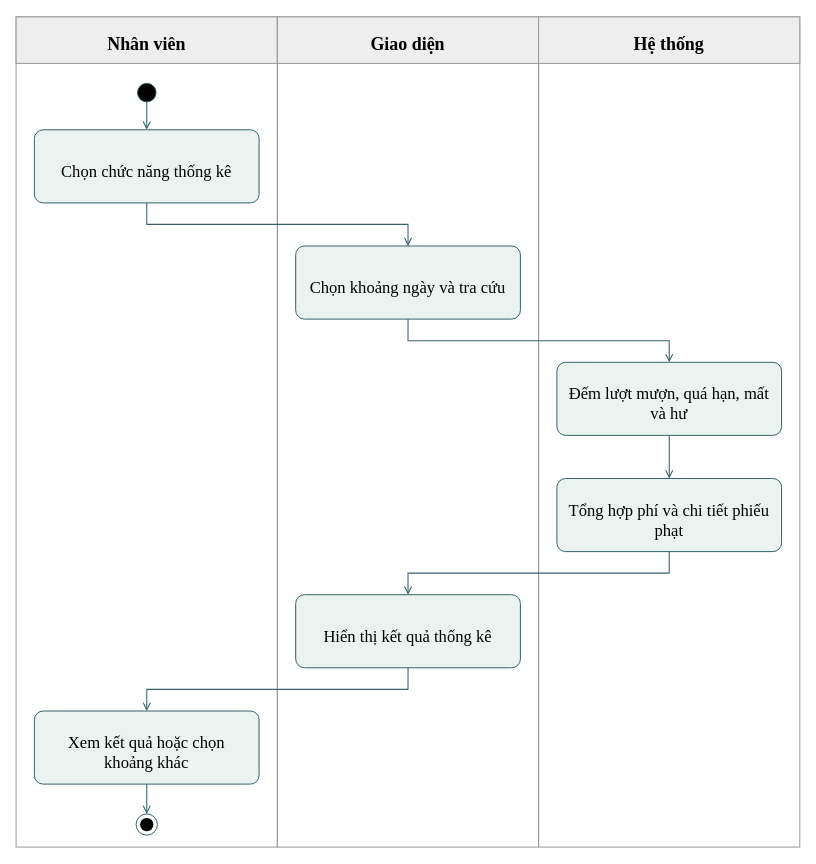
The draw.io diagram LAB2/UML/07_ActivityThongKe.drawio in kanishere55/LAB_AT_OOSD, before the edit. Source tidied: cells renumbered, new cells numbered last; positions are measured from the earlier drawing's top-left corner, leaving out a move shared by most shapes. Both pictures are drawn from the tidied source at 100%, with x=0, y=0 at pixel (16, 16).
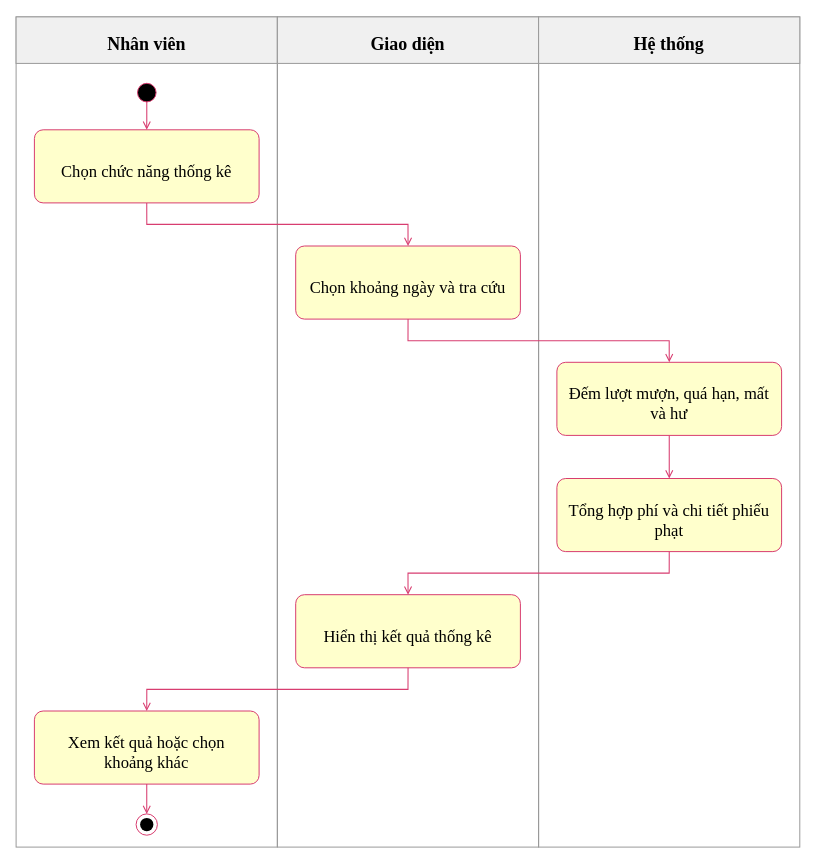
Above is the later version.

Unchanged cells that the change refers to:
```xml
<mxCell id="11" style="group;html=0;" parent="1" vertex="1">
  <mxGeometry x="121" y="66.8" width="18.6" height="18.6" as="geometry" />
</mxCell>
<mxCell id="13" style="group;html=0;" parent="1" vertex="1">
  <mxGeometry x="17.9" y="113.3" width="224.7" height="73.1" as="geometry" />
</mxCell>
<mxCell id="17" style="group;html=0;" parent="1" vertex="1">
  <mxGeometry x="279.2" y="229.5" width="224.7" height="73.1" as="geometry" />
</mxCell>
<mxCell id="21" style="group;html=0;" parent="1" vertex="1">
  <mxGeometry x="540.4" y="345.8" width="224.7" height="73.1" as="geometry" />
</mxCell>
<mxCell id="25" style="group;html=0;" parent="1" vertex="1">
  <mxGeometry x="540.4" y="462" width="224.7" height="73.1" as="geometry" />
</mxCell>
<mxCell id="29" style="group;html=0;" parent="1" vertex="1">
  <mxGeometry x="279.2" y="578.2" width="224.7" height="73.1" as="geometry" />
</mxCell>
<mxCell id="33" style="group;html=0;" parent="1" vertex="1">
  <mxGeometry x="17.9" y="694.5" width="224.7" height="73.1" as="geometry" />
</mxCell>
<mxCell id="37" style="group;html=0;" parent="1" vertex="1">
  <mxGeometry x="119.6" y="797.4" width="21.3" height="21.3" as="geometry" />
</mxCell>
```

Diff of the diagram source:
```diff
@@
-    <mxCell id="3" style="rounded=0;arcSize=12;html=0;fillColor=#eeeeee;strokeColor=#999999;strokeWidth=0.996;" parent="1" vertex="1">
+    <mxCell id="3" style="rounded=0;arcSize=12;html=0;fillColor=#f0f0f0;strokeColor=#999999;strokeWidth=0.996;" parent="1" vertex="1">
       <mxGeometry x="-0.4" y="0.4" width="261.2" height="46.5" as="geometry" />
     </mxCell>
@@
-    <mxCell id="6" style="rounded=0;arcSize=12;html=0;fillColor=#eeeeee;strokeColor=#999999;strokeWidth=0.996;" parent="1" vertex="1">
+    <mxCell id="6" style="rounded=0;arcSize=12;html=0;fillColor=#f0f0f0;strokeColor=#999999;strokeWidth=0.996;" parent="1" vertex="1">
       <mxGeometry x="260.9" y="0.4" width="261.2" height="46.5" as="geometry" />
     </mxCell>
@@
-    <mxCell id="9" style="rounded=0;arcSize=12;html=0;fillColor=#eeeeee;strokeColor=#999999;strokeWidth=0.996;" parent="1" vertex="1">
+    <mxCell id="9" style="rounded=0;arcSize=12;html=0;fillColor=#f0f0f0;strokeColor=#999999;strokeWidth=0.996;" parent="1" vertex="1">
       <mxGeometry x="522.1" y="0.4" width="261.2" height="46.5" as="geometry" />
     </mxCell>
@@
-    <mxCell id="12" style="shape=ellipse;fillColor=#000000;strokeColor=#35626d;" parent="11" vertex="1">
+    <mxCell id="12" style="shape=ellipse;fillColor=#000000;strokeColor=#d83d70;" parent="11" vertex="1">
       <mxGeometry width="18.6" height="18.6" as="geometry" />
     </mxCell>
@@
-    <mxCell id="14" style="rounded=1;arcSize=12;html=0;fillColor=#eaf3ef;strokeColor=#35626d;strokeWidth=0.996;" parent="13" vertex="1">
+    <mxCell id="14" style="rounded=1;arcSize=12;html=0;fillColor=#ffffcc;strokeColor=#d83d70;strokeWidth=0.996;" parent="13" vertex="1">
       <mxGeometry width="224.7" height="73.1" as="geometry" />
     </mxCell>
@@
-    <mxCell id="16" style="edgeStyle=none;noEdgeStyle=1;rounded=0;jumpStyle=arc;jumpSize=6;strokeColor=#35626d;strokeWidth=1.063;endArrow=open;endFill=0;startArrow=none;startFill=1;exitX=0.5;exitY=1.0;exitPerimeter=0;entryX=0.5;entryY=0.0;entryPerimeter=0;" parent="1" edge="1" source="11" target="13">
+    <mxCell id="16" style="edgeStyle=none;noEdgeStyle=1;rounded=0;jumpStyle=arc;jumpSize=6;strokeColor=#d83d70;strokeWidth=1.063;endArrow=open;endFill=0;startArrow=none;startFill=1;exitX=0.5;exitY=1.0;exitPerimeter=0;entryX=0.5;entryY=0.0;entryPerimeter=0;" parent="1" edge="1" source="11" target="13">
       <mxGeometry relative="1" as="geometry" />
     </mxCell>
@@
-    <mxCell id="18" style="rounded=1;arcSize=12;html=0;fillColor=#eaf3ef;strokeColor=#35626d;strokeWidth=0.996;" parent="17" vertex="1">
+    <mxCell id="18" style="rounded=1;arcSize=12;html=0;fillColor=#ffffcc;strokeColor=#d83d70;strokeWidth=0.996;" parent="17" vertex="1">
       <mxGeometry width="224.7" height="73.1" as="geometry" />
     </mxCell>
@@
-    <mxCell id="20" style="edgeStyle=none;noEdgeStyle=1;rounded=0;jumpStyle=arc;jumpSize=6;strokeColor=#35626d;strokeWidth=1.063;endArrow=open;endFill=0;startArrow=none;startFill=1;exitX=0.5;exitY=1.0;exitPerimeter=0;entryX=0.5;entryY=0.0;entryPerimeter=0;" parent="1" edge="1" source="13" target="17">
+    <mxCell id="20" style="edgeStyle=none;noEdgeStyle=1;rounded=0;jumpStyle=arc;jumpSize=6;strokeColor=#d83d70;strokeWidth=1.063;endArrow=open;endFill=0;startArrow=none;startFill=1;exitX=0.5;exitY=1.0;exitPerimeter=0;entryX=0.5;entryY=0.0;entryPerimeter=0;" parent="1" edge="1" source="13" target="17">
       <mxGeometry relative="1" as="geometry">
         <Array as="points">
           <mxPoint x="130.3" y="207.9" />
           <mxPoint x="391.5" y="207.9" />
         </Array>
       </mxGeometry>
     </mxCell>
@@
-    <mxCell id="22" style="rounded=1;arcSize=12;html=0;fillColor=#eaf3ef;strokeColor=#35626d;strokeWidth=0.996;" parent="21" vertex="1">
+    <mxCell id="22" style="rounded=1;arcSize=12;html=0;fillColor=#ffffcc;strokeColor=#d83d70;strokeWidth=0.996;" parent="21" vertex="1">
       <mxGeometry width="224.7" height="73.1" as="geometry" />
     </mxCell>
@@
-    <mxCell id="24" style="edgeStyle=none;noEdgeStyle=1;rounded=0;jumpStyle=arc;jumpSize=6;strokeColor=#35626d;strokeWidth=1.063;endArrow=open;endFill=0;startArrow=none;startFill=1;exitX=0.5;exitY=1.0;exitPerimeter=0;entryX=0.5;entryY=0.0;entryPerimeter=0;" parent="1" edge="1" source="17" target="21">
+    <mxCell id="24" style="edgeStyle=none;noEdgeStyle=1;rounded=0;jumpStyle=arc;jumpSize=6;strokeColor=#d83d70;strokeWidth=1.063;endArrow=open;endFill=0;startArrow=none;startFill=1;exitX=0.5;exitY=1.0;exitPerimeter=0;entryX=0.5;entryY=0.0;entryPerimeter=0;" parent="1" edge="1" source="17" target="21">
       <mxGeometry relative="1" as="geometry">
         <Array as="points">
           <mxPoint x="391.5" y="324.2" />
           <mxPoint x="652.7" y="324.2" />
         </Array>
       </mxGeometry>
     </mxCell>
@@
-    <mxCell id="26" style="rounded=1;arcSize=12;html=0;fillColor=#eaf3ef;strokeColor=#35626d;strokeWidth=0.996;" parent="25" vertex="1">
+    <mxCell id="26" style="rounded=1;arcSize=12;html=0;fillColor=#ffffcc;strokeColor=#d83d70;strokeWidth=0.996;" parent="25" vertex="1">
       <mxGeometry width="224.7" height="73.1" as="geometry" />
     </mxCell>
@@
-    <mxCell id="28" style="edgeStyle=none;noEdgeStyle=1;rounded=0;jumpStyle=arc;jumpSize=6;strokeColor=#35626d;strokeWidth=1.063;endArrow=open;endFill=0;startArrow=none;startFill=1;exitX=0.5;exitY=1.0;exitPerimeter=0;entryX=0.5;entryY=0.0;entryPerimeter=0;" parent="1" edge="1" source="21" target="25">
+    <mxCell id="28" style="edgeStyle=none;noEdgeStyle=1;rounded=0;jumpStyle=arc;jumpSize=6;strokeColor=#d83d70;strokeWidth=1.063;endArrow=open;endFill=0;startArrow=none;startFill=1;exitX=0.5;exitY=1.0;exitPerimeter=0;entryX=0.5;entryY=0.0;entryPerimeter=0;" parent="1" edge="1" source="21" target="25">
       <mxGeometry relative="1" as="geometry" />
     </mxCell>
@@
-    <mxCell id="30" style="rounded=1;arcSize=12;html=0;fillColor=#eaf3ef;strokeColor=#35626d;strokeWidth=0.996;" parent="29" vertex="1">
+    <mxCell id="30" style="rounded=1;arcSize=12;html=0;fillColor=#ffffcc;strokeColor=#d83d70;strokeWidth=0.996;" parent="29" vertex="1">
       <mxGeometry width="224.7" height="73.1" as="geometry" />
     </mxCell>
@@
-    <mxCell id="32" style="edgeStyle=none;noEdgeStyle=1;rounded=0;jumpStyle=arc;jumpSize=6;strokeColor=#35626d;strokeWidth=1.063;endArrow=open;endFill=0;startArrow=none;startFill=1;exitX=0.5;exitY=1.0;exitPerimeter=0;entryX=0.5;entryY=0.0;entryPerimeter=0;" parent="1" edge="1" source="25" target="29">
+    <mxCell id="32" style="edgeStyle=none;noEdgeStyle=1;rounded=0;jumpStyle=arc;jumpSize=6;strokeColor=#d83d70;strokeWidth=1.063;endArrow=open;endFill=0;startArrow=none;startFill=1;exitX=0.5;exitY=1.0;exitPerimeter=0;entryX=0.5;entryY=0.0;entryPerimeter=0;" parent="1" edge="1" source="25" target="29">
       <mxGeometry relative="1" as="geometry">
         <Array as="points">
           <mxPoint x="652.7" y="556.6" />
           <mxPoint x="391.5" y="556.6" />
         </Array>
       </mxGeometry>
     </mxCell>
@@
-    <mxCell id="34" style="rounded=1;arcSize=12;html=0;fillColor=#eaf3ef;strokeColor=#35626d;strokeWidth=0.996;" parent="33" vertex="1">
+    <mxCell id="34" style="rounded=1;arcSize=12;html=0;fillColor=#ffffcc;strokeColor=#d83d70;strokeWidth=0.996;" parent="33" vertex="1">
       <mxGeometry width="224.7" height="73.1" as="geometry" />
     </mxCell>
@@
-    <mxCell id="36" style="edgeStyle=none;noEdgeStyle=1;rounded=0;jumpStyle=arc;jumpSize=6;strokeColor=#35626d;strokeWidth=1.063;endArrow=open;endFill=0;startArrow=none;startFill=1;exitX=0.5;exitY=1.0;exitPerimeter=0;entryX=0.5;entryY=0.0;entryPerimeter=0;" parent="1" edge="1" source="29" target="33">
+    <mxCell id="36" style="edgeStyle=none;noEdgeStyle=1;rounded=0;jumpStyle=arc;jumpSize=6;strokeColor=#d83d70;strokeWidth=1.063;endArrow=open;endFill=0;startArrow=none;startFill=1;exitX=0.5;exitY=1.0;exitPerimeter=0;entryX=0.5;entryY=0.0;entryPerimeter=0;" parent="1" edge="1" source="29" target="33">
       <mxGeometry relative="1" as="geometry">
         <Array as="points">
           <mxPoint x="391.5" y="672.9" />
           <mxPoint x="130.3" y="672.9" />
         </Array>
       </mxGeometry>
     </mxCell>
@@
-    <mxCell id="38" style="shape=ellipse;fillColor=white;strokeColor=#35626d;" parent="37" vertex="1">
+    <mxCell id="38" style="shape=ellipse;fillColor=white;strokeColor=#d83d70;" parent="37" vertex="1">
       <mxGeometry width="21.3" height="21.3" as="geometry" />
     </mxCell>
@@
-    <mxCell id="40" style="edgeStyle=none;noEdgeStyle=1;rounded=0;jumpStyle=arc;jumpSize=6;strokeColor=#35626d;strokeWidth=1.063;endArrow=open;endFill=0;startArrow=none;startFill=1;exitX=0.5;exitY=1.0;exitPerimeter=0;entryX=0.5;entryY=0.0;entryPerimeter=0;" parent="1" edge="1" source="33" target="37">
+    <mxCell id="40" style="edgeStyle=none;noEdgeStyle=1;rounded=0;jumpStyle=arc;jumpSize=6;strokeColor=#d83d70;strokeWidth=1.063;endArrow=open;endFill=0;startArrow=none;startFill=1;exitX=0.5;exitY=1.0;exitPerimeter=0;entryX=0.5;entryY=0.0;entryPerimeter=0;" parent="1" edge="1" source="33" target="37">
       <mxGeometry relative="1" as="geometry" />
     </mxCell>
```
